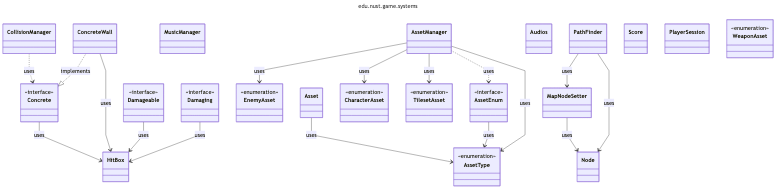
Above: uml/generated/png/package_edu_nust_game_systems.png in zombie-zero-nust/zombie-zero (Mermaid), before the change. Its source is kept beside it as uml/generated/mmd/package_edu_nust_game_systems.mmd. Source of this version:
```mermaid
---
title: edu.nust.game.systems
config:
  look: classic
  layout: dagre
  flowchart:
    curve: linear
  class:
    defaultRenderer: dagre-wrapper
---
classDiagram
class ConcreteWall
class CollisionManager
class Damaging <<interface>>
class MusicManager
class Damageable <<interface>>
class AssetManager
class Asset
class Audios
class PathFinder
class Score
class Concrete <<interface>>
class EnemyAsset <<enumeration>>
class AssetEnum <<interface>>
class CharacterAsset <<enumeration>>
class TilesetAsset <<enumeration>>
class MapNodeSetter
class HitBox
class AssetType <<enumeration>>
class Node
class PlayerSession
class WeaponAsset <<enumeration>>
Asset --> AssetType : uses
AssetEnum --> AssetType : uses
AssetManager ..> AssetEnum : uses
AssetManager --> AssetType : uses
AssetManager --> CharacterAsset : uses
AssetManager --> EnemyAsset : uses
AssetManager --> TilesetAsset : uses
CollisionManager ..> Concrete : uses
Concrete --> HitBox : uses
ConcreteWall ..|> Concrete : implements
ConcreteWall --> HitBox : uses
Damageable --> HitBox : uses
Damaging --> HitBox : uses
MapNodeSetter --> Node : uses
PathFinder --> MapNodeSetter : uses
PathFinder --> Node : uses
```
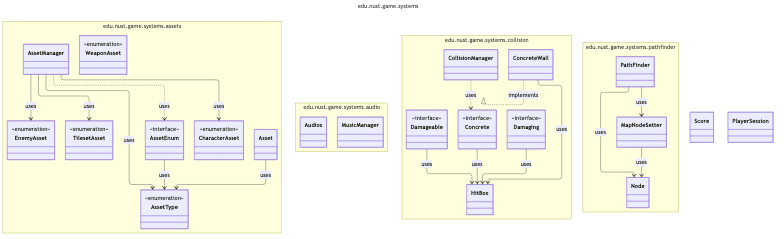
After the commit.

Change to the diagram source:
```diff
@@ -2,34 +2,42 @@
 title: edu.nust.game.systems
 config:
   look: classic
-  layout: dagre
+  layout: elk
   flowchart:
     curve: linear
   class:
     defaultRenderer: dagre-wrapper
 ---
 classDiagram
-class ConcreteWall
-class CollisionManager
-class Damaging <<interface>>
-class MusicManager
-class Damageable <<interface>>
-class AssetManager
-class Asset
-class Audios
-class PathFinder
-class Score
-class Concrete <<interface>>
-class EnemyAsset <<enumeration>>
-class AssetEnum <<interface>>
-class CharacterAsset <<enumeration>>
-class TilesetAsset <<enumeration>>
-class MapNodeSetter
-class HitBox
-class AssetType <<enumeration>>
-class Node
-class PlayerSession
-class WeaponAsset <<enumeration>>
+  class Score
+  class PlayerSession
+namespace edu.nust.game.systems.assets {
+  class Asset
+  class AssetManager
+  class EnemyAsset <<enumeration>>
+  class CharacterAsset <<enumeration>>
+  class AssetEnum <<interface>>
+  class TilesetAsset <<enumeration>>
+  class AssetType <<enumeration>>
+  class WeaponAsset <<enumeration>>
+}
+namespace edu.nust.game.systems.audio {
+  class Audios
+  class MusicManager
+}
+namespace edu.nust.game.systems.collision {
+  class Damaging <<interface>>
+  class CollisionManager
+  class Damageable <<interface>>
+  class ConcreteWall
+  class Concrete <<interface>>
+  class HitBox
+}
+namespace edu.nust.game.systems.pathfinder {
+  class PathFinder
+  class MapNodeSetter
+  class Node
+}
 Asset --> AssetType : uses
 AssetEnum --> AssetType : uses
 AssetManager ..> AssetEnum : uses
```
